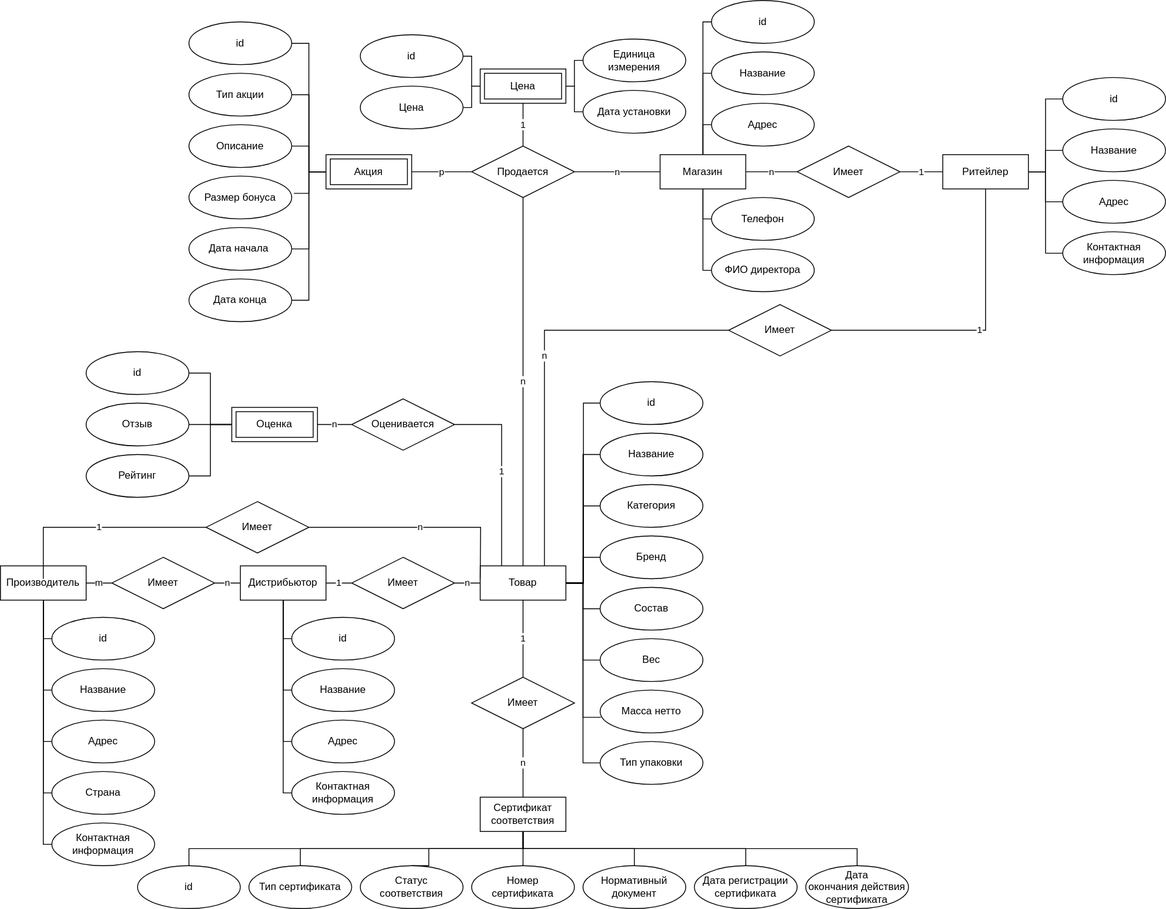
This is docs/coursework/inc/img/er-diag.drawio.svg from nikitalystsev/db_course, a draw.io export, as it was before one commit. Source tidied: cells renumbered, new cells last; positions are measured from the earlier drawing's top-left corner, leaving out a move shared by most shapes.
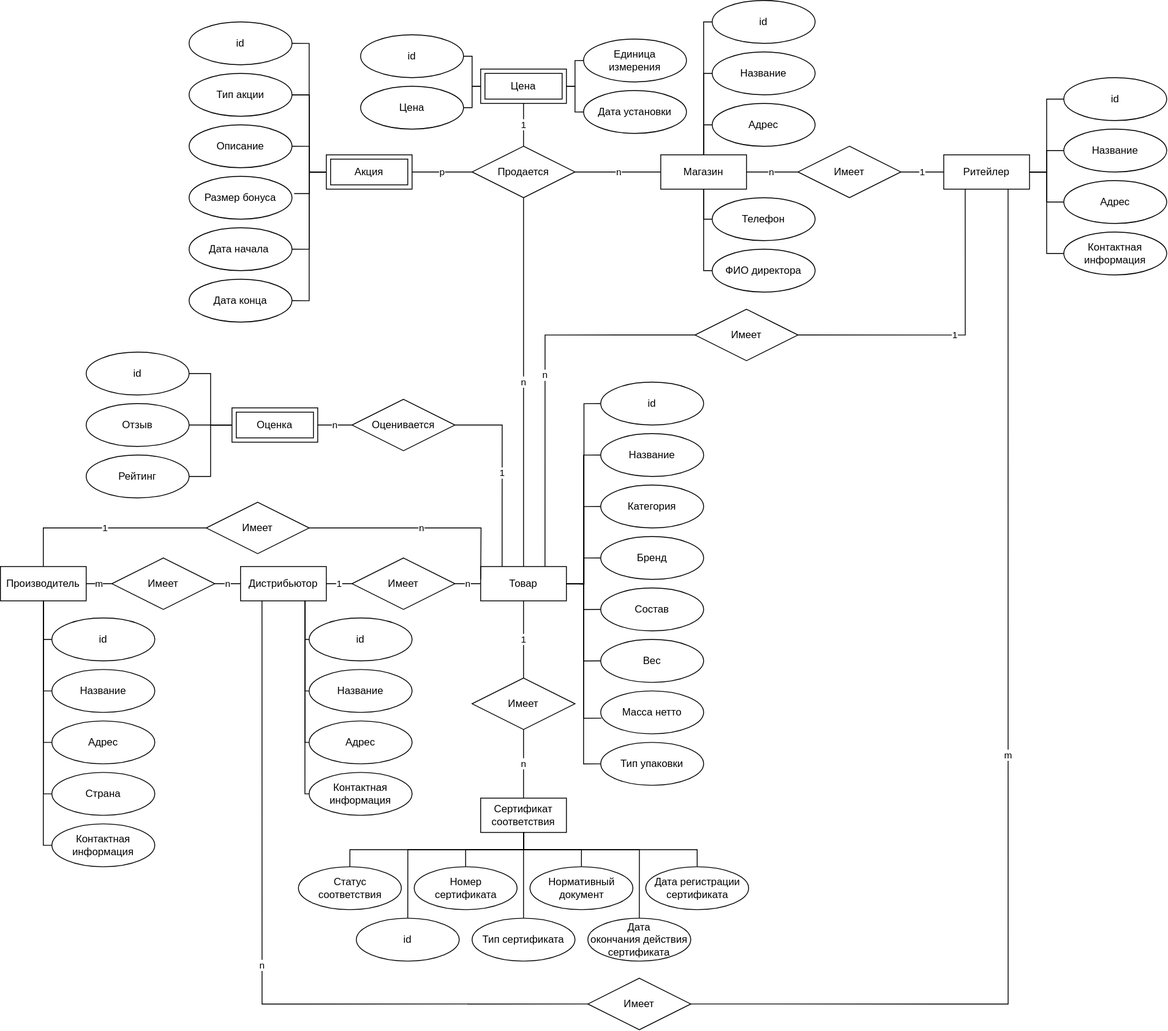
After the change.

The edit, as a diff of the source:
```diff
@@ -18,79 +18,26 @@
       <mxGeometry relative="1" as="geometry" />
     </mxCell>
     <mxCell id="7" value="id" style="ellipse;whiteSpace=wrap;html=1;align=center;" parent="1" vertex="1">
-      <mxGeometry x="160" y="1010" width="120" height="50" as="geometry" />
+      <mxGeometry x="415" y="1070" width="120" height="50" as="geometry" />
     </mxCell>
     <mxCell id="8" value="Тип сертификата" style="ellipse;whiteSpace=wrap;html=1;align=center;" parent="1" vertex="1">
-      <mxGeometry x="290" y="1010" width="120" height="50" as="geometry" />
+      <mxGeometry x="550" y="1070" width="120" height="50" as="geometry" />
     </mxCell>
     <mxCell id="9" value="Статус&lt;div&gt;соответствия&lt;/div&gt;" style="ellipse;whiteSpace=wrap;html=1;align=center;" parent="1" vertex="1">
-      <mxGeometry x="420" y="1010" width="120" height="50" as="geometry" />
+      <mxGeometry x="347.5" y="1010" width="120" height="50" as="geometry" />
     </mxCell>
     <mxCell id="10" value="Номер&lt;div&gt;сертификата&lt;/div&gt;" style="ellipse;whiteSpace=wrap;html=1;align=center;" parent="1" vertex="1">
-      <mxGeometry x="550" y="1010" width="120" height="50" as="geometry" />
+      <mxGeometry x="482.5" y="1010" width="120" height="50" as="geometry" />
     </mxCell>
     <mxCell id="11" value="Нормативный&lt;div&gt;документ&lt;/div&gt;" style="ellipse;whiteSpace=wrap;html=1;align=center;" parent="1" vertex="1">
-      <mxGeometry x="680" y="1010" width="120" height="50" as="geometry" />
+      <mxGeometry x="617.5" y="1010" width="120" height="50" as="geometry" />
     </mxCell>
     <mxCell id="12" value="Дата регистрации&lt;div&gt;сертификата&lt;/div&gt;" style="ellipse;whiteSpace=wrap;html=1;align=center;" parent="1" vertex="1">
-      <mxGeometry x="810" y="1010" width="120" height="50" as="geometry" />
+      <mxGeometry x="752.5" y="1010" width="120" height="50" as="geometry" />
     </mxCell>
     <mxCell id="13" value="Дата&lt;div&gt;окончания действия сертификата&lt;/div&gt;" style="ellipse;whiteSpace=wrap;html=1;align=center;" parent="1" vertex="1">
-      <mxGeometry x="940" y="1010" width="120" height="50" as="geometry" />
+      <mxGeometry x="685" y="1070" width="120" height="50" as="geometry" />
     </mxCell>
-    <mxCell id="14" style="endArrow=none;html=1;rounded=0;entryX=0.5;entryY=0;entryDx=0;entryDy=0;exitX=0.5;exitY=1;exitDx=0;exitDy=0;edgeStyle=orthogonalEdgeStyle;" parent="1" edge="1" source="3" target="7">
-      <mxGeometry relative="1" as="geometry">
-        <Array as="points">
-          <mxPoint x="610" y="990" />
-          <mxPoint x="220" y="990" />
-        </Array>
-      </mxGeometry>
-    </mxCell>
-    <mxCell id="15" style="endArrow=none;html=1;rounded=0;exitX=0.5;exitY=1;exitDx=0;exitDy=0;entryX=0.5;entryY=0;entryDx=0;entryDy=0;edgeStyle=orthogonalEdgeStyle;" parent="1" edge="1" source="3" target="8">
-      <mxGeometry relative="1" as="geometry">
-        <Array as="points">
-          <mxPoint x="610" y="990" />
-          <mxPoint x="350" y="990" />
-        </Array>
-      </mxGeometry>
-    </mxCell>
-    <mxCell id="16" style="endArrow=none;html=1;rounded=0;entryX=0.5;entryY=0;entryDx=0;entryDy=0;edgeStyle=orthogonalEdgeStyle;" parent="1" edge="1" target="9">
-      <mxGeometry relative="1" as="geometry">
-        <mxPoint x="610" y="970" as="sourcePoint" />
-        <Array as="points">
-          <mxPoint x="610" y="990" />
-          <mxPoint x="500" y="990" />
-        </Array>
-      </mxGeometry>
-    </mxCell>
-    <mxCell id="17" style="endArrow=none;html=1;rounded=0;entryX=0.5;entryY=0;entryDx=0;entryDy=0;exitX=0.5;exitY=1;exitDx=0;exitDy=0;edgeStyle=orthogonalEdgeStyle;" parent="1" edge="1" source="3" target="10">
-      <mxGeometry relative="1" as="geometry" />
-    </mxCell>
-    <mxCell id="18" style="endArrow=none;html=1;rounded=0;entryX=0.5;entryY=0;entryDx=0;entryDy=0;exitX=0.5;exitY=1;exitDx=0;exitDy=0;edgeStyle=orthogonalEdgeStyle;" parent="1" edge="1" source="3" target="11">
-      <mxGeometry relative="1" as="geometry">
-        <Array as="points">
-          <mxPoint x="610" y="990" />
-          <mxPoint x="740" y="990" />
-        </Array>
-      </mxGeometry>
-    </mxCell>
-    <mxCell id="19" style="endArrow=none;html=1;rounded=0;exitX=0.5;exitY=1;exitDx=0;exitDy=0;entryX=0.5;entryY=0;entryDx=0;entryDy=0;edgeStyle=orthogonalEdgeStyle;" parent="1" edge="1" source="3" target="12">
-      <mxGeometry relative="1" as="geometry">
-        <Array as="points">
-          <mxPoint x="610" y="990" />
-          <mxPoint x="870" y="990" />
-        </Array>
-      </mxGeometry>
-    </mxCell>
-    <mxCell id="20" style="endArrow=none;html=1;rounded=0;entryX=0.5;entryY=0;entryDx=0;entryDy=0;edgeStyle=orthogonalEdgeStyle;" parent="1" edge="1" target="13">
-      <mxGeometry relative="1" as="geometry">
-        <mxPoint x="610" y="970" as="sourcePoint" />
-        <Array as="points">
-          <mxPoint x="610" y="990" />
-          <mxPoint x="1000" y="990" />
-        </Array>
-      </mxGeometry>
-    </mxCell>
     <mxCell id="21" value="Дистрибьютор" style="whiteSpace=wrap;html=1;align=center;" parent="1" vertex="1">
       <mxGeometry x="280" y="660" width="100" height="40" as="geometry" />
     </mxCell>
@@ -156,39 +103,17 @@
       </mxGeometry>
     </mxCell>
     <mxCell id="41" value="Название" style="ellipse;whiteSpace=wrap;html=1;align=center;" parent="1" vertex="1">
-      <mxGeometry x="340" y="780" width="120" height="50" as="geometry" />
+      <mxGeometry x="360" y="780" width="120" height="50" as="geometry" />
     </mxCell>
     <mxCell id="42" value="id" style="ellipse;whiteSpace=wrap;html=1;align=center;" parent="1" vertex="1">
-      <mxGeometry x="340" y="720" width="120" height="50" as="geometry" />
+      <mxGeometry x="360" y="720" width="120" height="50" as="geometry" />
     </mxCell>
     <mxCell id="43" value="Адрес" style="ellipse;whiteSpace=wrap;html=1;align=center;" parent="1" vertex="1">
-      <mxGeometry x="340" y="840" width="120" height="50" as="geometry" />
+      <mxGeometry x="360" y="840" width="120" height="50" as="geometry" />
     </mxCell>
     <mxCell id="44" value="Контактная информация" style="ellipse;whiteSpace=wrap;html=1;align=center;" parent="1" vertex="1">
-      <mxGeometry x="340" y="900" width="120" height="50" as="geometry" />
+      <mxGeometry x="360" y="900" width="120" height="50" as="geometry" />
     </mxCell>
-    <mxCell id="45" style="endArrow=none;html=1;rounded=0;exitX=0.5;exitY=1;exitDx=0;exitDy=0;entryX=0;entryY=0.5;entryDx=0;entryDy=0;edgeStyle=orthogonalEdgeStyle;" parent="1" edge="1" source="21" target="44">
-      <mxGeometry relative="1" as="geometry" />
-    </mxCell>
-    <mxCell id="46" style="endArrow=none;html=1;rounded=0;entryX=0;entryY=0.5;entryDx=0;entryDy=0;edgeStyle=orthogonalEdgeStyle;" parent="1" edge="1" target="43">
-      <mxGeometry relative="1" as="geometry">
-        <mxPoint x="330" y="700" as="sourcePoint" />
-        <Array as="points">
-          <mxPoint x="330" y="865" />
-        </Array>
-      </mxGeometry>
-    </mxCell>
-    <mxCell id="47" style="endArrow=none;html=1;rounded=0;entryX=0;entryY=0.5;entryDx=0;entryDy=0;edgeStyle=orthogonalEdgeStyle;" parent="1" edge="1" target="41">
-      <mxGeometry relative="1" as="geometry">
-        <mxPoint x="330" y="700" as="sourcePoint" />
-        <Array as="points">
-          <mxPoint x="330" y="805" />
-        </Array>
-      </mxGeometry>
-    </mxCell>
-    <mxCell id="48" style="endArrow=none;html=1;rounded=0;entryX=0;entryY=0.5;entryDx=0;entryDy=0;exitX=0.5;exitY=1;exitDx=0;exitDy=0;edgeStyle=orthogonalEdgeStyle;" parent="1" edge="1" source="21" target="42">
-      <mxGeometry relative="1" as="geometry" />
-    </mxCell>
     <mxCell id="49" value="Производитель" style="whiteSpace=wrap;html=1;align=center;" parent="1" vertex="1">
       <mxGeometry y="660" width="100" height="40" as="geometry" />
     </mxCell>
@@ -204,9 +129,8 @@
     <mxCell id="53" value="Имеет" style="shape=rhombus;perimeter=rhombusPerimeter;whiteSpace=wrap;html=1;align=center;" parent="1" vertex="1">
       <mxGeometry x="240" y="585" width="120" height="60" as="geometry" />
     </mxCell>
-    <mxCell id="54" value="1" style="endArrow=none;html=1;rounded=0;entryX=0;entryY=0.5;entryDx=0;entryDy=0;exitX=0.5;exitY=0;exitDx=0;exitDy=0;" parent="1" edge="1" target="53">
+    <mxCell id="54" value="1" style="endArrow=none;html=1;rounded=0;entryX=0;entryY=0.5;entryDx=0;entryDy=0;exitX=0.5;exitY=0;exitDx=0;exitDy=0;" parent="1" edge="1" source="49" target="53">
       <mxGeometry relative="1" as="geometry">
-        <mxPoint x="50" y="675" as="sourcePoint" />
         <Array as="points">
           <mxPoint x="50" y="615" />
         </Array>
@@ -384,10 +308,14 @@
       <mxGeometry relative="1" as="geometry" />
     </mxCell>
     <mxCell id="110" value="Имеет" style="shape=rhombus;perimeter=rhombusPerimeter;whiteSpace=wrap;html=1;align=center;" parent="1" vertex="1">
-      <mxGeometry x="850" y="355" width="120" height="60" as="geometry" />
+      <mxGeometry x="810" y="360" width="120" height="60" as="geometry" />
     </mxCell>
-    <mxCell id="111" value="1" style="endArrow=none;html=1;rounded=0;entryX=0.5;entryY=1;entryDx=0;entryDy=0;exitX=1;exitY=0.5;exitDx=0;exitDy=0;edgeStyle=orthogonalEdgeStyle;" parent="1" edge="1" source="110" target="98">
-      <mxGeometry relative="1" as="geometry" />
+    <mxCell id="111" value="1" style="endArrow=none;html=1;rounded=0;entryX=0.25;entryY=1;entryDx=0;entryDy=0;exitX=1;exitY=0.5;exitDx=0;exitDy=0;edgeStyle=orthogonalEdgeStyle;" parent="1" edge="1" source="110" target="98">
+      <mxGeometry relative="1" as="geometry">
+        <Array as="points">
+          <mxPoint x="1125" y="390" />
+        </Array>
+      </mxGeometry>
     </mxCell>
     <mxCell id="112" value="n" style="endArrow=none;html=1;rounded=0;entryX=0;entryY=0.5;entryDx=0;entryDy=0;exitX=0.75;exitY=0;exitDx=0;exitDy=0;edgeStyle=orthogonalEdgeStyle;" parent="1" edge="1" source="2" target="110">
       <mxGeometry relative="1" as="geometry" />
@@ -443,5 +371,93 @@
     <mxCell id="129" style="endArrow=none;html=1;rounded=0;exitX=1;exitY=0.5;exitDx=0;exitDy=0;entryX=0;entryY=0.5;entryDx=0;entryDy=0;edgeStyle=orthogonalEdgeStyle;" parent="1" edge="1" source="126" target="120">
       <mxGeometry relative="1" as="geometry" />
     </mxCell>
+    <mxCell id="130" style="endArrow=none;html=1;rounded=0;entryX=0.75;entryY=1;entryDx=0;entryDy=0;exitX=0;exitY=0.5;exitDx=0;exitDy=0;edgeStyle=orthogonalEdgeStyle;" parent="1" edge="1" source="44" target="21">
+      <mxGeometry relative="1" as="geometry">
+        <Array as="points">
+          <mxPoint x="355" y="925" />
+        </Array>
+      </mxGeometry>
+    </mxCell>
+    <mxCell id="131" style="endArrow=none;html=1;rounded=0;entryX=0.75;entryY=1;entryDx=0;entryDy=0;exitX=0;exitY=0.5;exitDx=0;exitDy=0;edgeStyle=orthogonalEdgeStyle;" parent="1" edge="1" source="43" target="21">
+      <mxGeometry relative="1" as="geometry">
+        <Array as="points">
+          <mxPoint x="355" y="865" />
+        </Array>
+      </mxGeometry>
+    </mxCell>
+    <mxCell id="132" style="endArrow=none;html=1;rounded=0;entryX=0.75;entryY=1;entryDx=0;entryDy=0;exitX=0;exitY=0.5;exitDx=0;exitDy=0;edgeStyle=orthogonalEdgeStyle;" parent="1" edge="1" source="41" target="21">
+      <mxGeometry relative="1" as="geometry">
+        <Array as="points">
+          <mxPoint x="355" y="805" />
+        </Array>
+      </mxGeometry>
+    </mxCell>
+    <mxCell id="133" style="endArrow=none;html=1;rounded=0;entryX=0.75;entryY=1;entryDx=0;entryDy=0;exitX=0;exitY=0.5;exitDx=0;exitDy=0;edgeStyle=orthogonalEdgeStyle;" parent="1" edge="1" source="42" target="21">
+      <mxGeometry relative="1" as="geometry">
+        <Array as="points">
+          <mxPoint x="355" y="745" />
+        </Array>
+      </mxGeometry>
+    </mxCell>
+    <mxCell id="134" style="endArrow=none;html=1;rounded=0;entryX=0.5;entryY=1;entryDx=0;entryDy=0;exitX=0.5;exitY=0;exitDx=0;exitDy=0;edgeStyle=orthogonalEdgeStyle;" parent="1" edge="1" source="9" target="3">
+      <mxGeometry relative="1" as="geometry">
+        <Array as="points">
+          <mxPoint x="407" y="990" />
+          <mxPoint x="610" y="990" />
+        </Array>
+      </mxGeometry>
+    </mxCell>
+    <mxCell id="135" style="endArrow=none;html=1;rounded=0;entryX=0.5;entryY=1;entryDx=0;entryDy=0;exitX=0.5;exitY=0;exitDx=0;exitDy=0;edgeStyle=orthogonalEdgeStyle;" parent="1" edge="1" source="10" target="3">
+      <mxGeometry relative="1" as="geometry">
+        <Array as="points">
+          <mxPoint x="543" y="990" />
+          <mxPoint x="610" y="990" />
+        </Array>
+      </mxGeometry>
+    </mxCell>
+    <mxCell id="136" style="endArrow=none;html=1;rounded=0;entryX=0.5;entryY=1;entryDx=0;entryDy=0;exitX=0.5;exitY=0;exitDx=0;exitDy=0;edgeStyle=orthogonalEdgeStyle;" parent="1" edge="1" source="11" target="3">
+      <mxGeometry relative="1" as="geometry">
+        <Array as="points">
+          <mxPoint x="677" y="990" />
+          <mxPoint x="610" y="990" />
+        </Array>
+      </mxGeometry>
+    </mxCell>
+    <mxCell id="137" style="endArrow=none;html=1;rounded=0;entryX=0.5;entryY=1;entryDx=0;entryDy=0;exitX=0.5;exitY=0;exitDx=0;exitDy=0;edgeStyle=orthogonalEdgeStyle;" parent="1" edge="1" source="12" target="3">
+      <mxGeometry relative="1" as="geometry">
+        <Array as="points">
+          <mxPoint x="813" y="990" />
+          <mxPoint x="610" y="990" />
+        </Array>
+      </mxGeometry>
+    </mxCell>
+    <mxCell id="138" style="endArrow=none;html=1;rounded=0;entryX=0.5;entryY=1;entryDx=0;entryDy=0;exitX=0.5;exitY=0;exitDx=0;exitDy=0;" parent="1" edge="1" source="8" target="3">
+      <mxGeometry relative="1" as="geometry" />
+    </mxCell>
+    <mxCell id="139" style="endArrow=none;html=1;rounded=0;entryX=0.5;entryY=1;entryDx=0;entryDy=0;exitX=0.5;exitY=0;exitDx=0;exitDy=0;edgeStyle=orthogonalEdgeStyle;" parent="1" edge="1" source="13" target="3">
+      <mxGeometry relative="1" as="geometry">
+        <Array as="points">
+          <mxPoint x="745" y="990" />
+          <mxPoint x="610" y="990" />
+        </Array>
+      </mxGeometry>
+    </mxCell>
+    <mxCell id="140" style="endArrow=none;html=1;rounded=0;entryX=0.5;entryY=1;entryDx=0;entryDy=0;exitX=0.5;exitY=0;exitDx=0;exitDy=0;edgeStyle=orthogonalEdgeStyle;" parent="1" edge="1" source="7" target="3">
+      <mxGeometry relative="1" as="geometry">
+        <Array as="points">
+          <mxPoint x="475" y="990" />
+          <mxPoint x="610" y="990" />
+        </Array>
+      </mxGeometry>
+    </mxCell>
+    <mxCell id="141" value="Имеет" style="shape=rhombus;perimeter=rhombusPerimeter;whiteSpace=wrap;html=1;align=center;" parent="1" vertex="1">
+      <mxGeometry x="685" y="1140" width="120" height="60" as="geometry" />
+    </mxCell>
+    <mxCell id="142" value="n" style="endArrow=none;html=1;rounded=0;entryX=0.25;entryY=1;entryDx=0;entryDy=0;exitX=0;exitY=0.5;exitDx=0;exitDy=0;edgeStyle=orthogonalEdgeStyle;" parent="1" edge="1" source="141" target="21">
+      <mxGeometry relative="1" as="geometry" />
+    </mxCell>
+    <mxCell id="143" value="m" style="endArrow=none;html=1;rounded=0;exitX=1;exitY=0.5;exitDx=0;exitDy=0;entryX=0.75;entryY=1;entryDx=0;entryDy=0;edgeStyle=orthogonalEdgeStyle;" parent="1" edge="1" source="141" target="98">
+      <mxGeometry relative="1" as="geometry" />
+    </mxCell>
   </root>
 </mxGraphModel>
```
